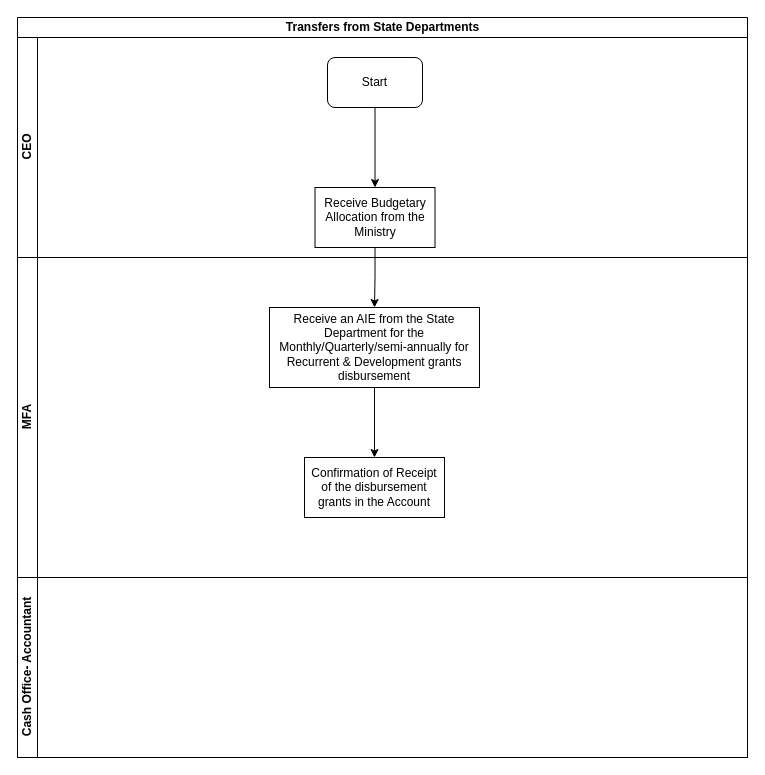
Above: LC-FIN-TRANSFERS FROM STATE DEPARTMENTS.drawio in kmagua/flowcharts (draw.io), before the change. Source tidied: cells renumbered, new cells numbered last; positions are measured from the earlier drawing's top-left corner, leaving out a move shared by most shapes. Both pictures are drawn from the tidied source at 100%, with x=0, y=0 at pixel (17, 17).
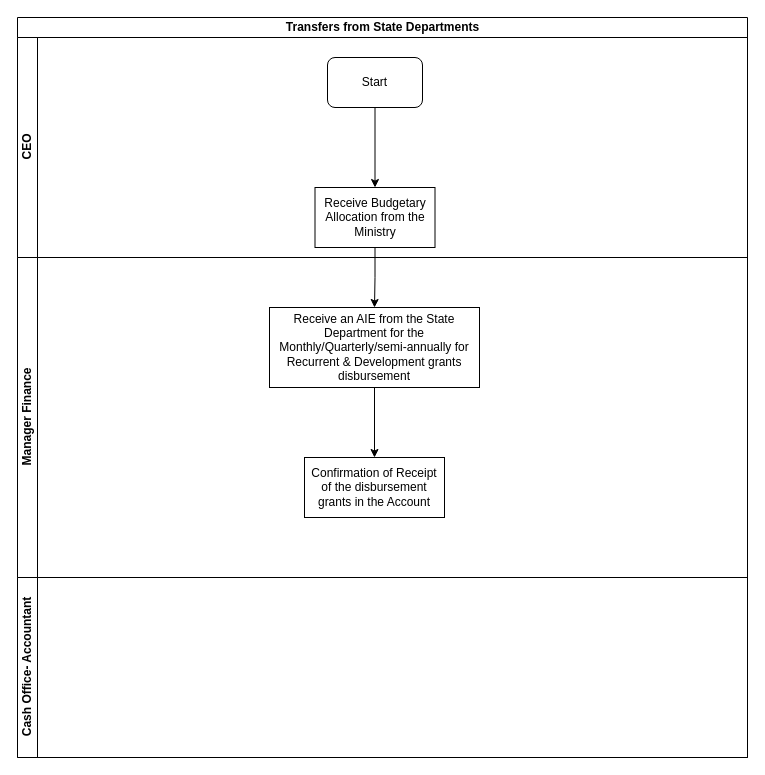
After the change.

What changed in the source:
```diff
@@
 <mxGraphModel>
   <root>
     <mxCell id="0" />
     <mxCell id="1" parent="0" />
     <mxCell id="2" value="Transfers from State Departments" style="swimlane;html=1;horizontal=1;startSize=20;" parent="1" vertex="1">
       <mxGeometry width="730" height="740" as="geometry" />
     </mxCell>
     <mxCell id="3" value="CEO" style="swimlane;html=1;startSize=20;horizontal=0;" parent="2" vertex="1">
       <mxGeometry y="20" width="730" height="220" as="geometry" />
     </mxCell>
     <mxCell id="4" value="Start" style="rounded=1;whiteSpace=wrap;html=1;" parent="3" vertex="1">
       <mxGeometry x="310" y="20" width="95" height="50" as="geometry" />
     </mxCell>
     <mxCell id="5" value="Receive Budgetary Allocation from the Ministry" style="rounded=0;whiteSpace=wrap;html=1;" parent="3" vertex="1">
       <mxGeometry x="297.5" y="150" width="120" height="60" as="geometry" />
     </mxCell>
     <mxCell id="6" style="edgeStyle=orthogonalEdgeStyle;rounded=0;jettySize=auto;html=1;" parent="3" edge="1" source="4" target="5">
       <mxGeometry relative="1" as="geometry" />
     </mxCell>
-    <mxCell id="7" value="MFA" style="swimlane;html=1;startSize=20;horizontal=0;" parent="2" vertex="1">
+    <mxCell id="7" value="Manager Finance" style="swimlane;html=1;startSize=20;horizontal=0;" parent="2" vertex="1">
       <mxGeometry y="240" width="730" height="320" as="geometry" />
     </mxCell>
     <mxCell id="8" value="Receive an AIE from the State Department for the Monthly/Quarterly/semi-annually for Recurrent &amp;amp; Development grants disbursement " style="whiteSpace=wrap;html=1;rounded=0;" parent="7" vertex="1">
       <mxGeometry x="252" y="50" width="210" height="80" as="geometry" />
     </mxCell>
     <mxCell id="9" value="Confirmation of Receipt of the disbursement grants in the Account" style="whiteSpace=wrap;html=1;rounded=0;" parent="7" vertex="1">
       <mxGeometry x="287" y="200" width="140" height="60" as="geometry" />
     </mxCell>
     <mxCell id="10" style="edgeStyle=orthogonalEdgeStyle;rounded=0;jettySize=auto;html=1;" parent="7" edge="1" source="8" target="9">
       <mxGeometry relative="1" as="geometry" />
     </mxCell>
     <mxCell id="11" value="Cash Office- Accountant" style="swimlane;html=1;startSize=20;horizontal=0;" parent="2" vertex="1">
       <mxGeometry y="560" width="730" height="180" as="geometry" />
     </mxCell>
     <mxCell id="12" style="edgeStyle=orthogonalEdgeStyle;rounded=0;jettySize=auto;html=1;" parent="2" edge="1" source="5" target="8">
       <mxGeometry relative="1" as="geometry" />
     </mxCell>
   </root>
 </mxGraphModel>
```
